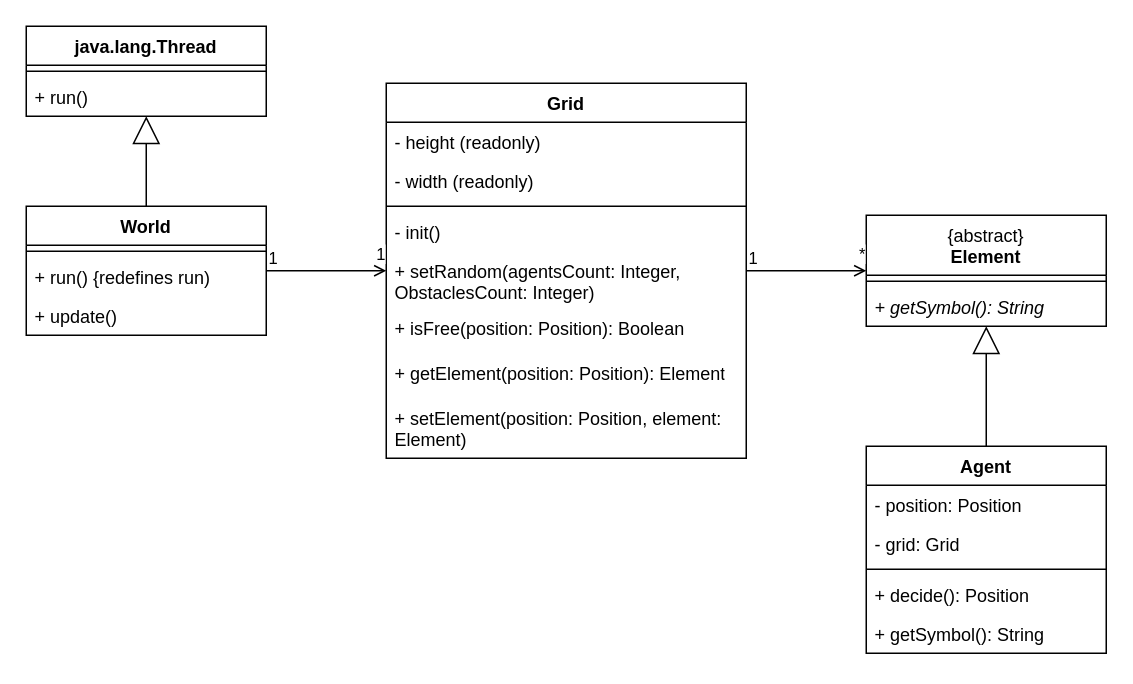
Before: Diagrams/Class Diagram.drawio in highestPACE/mini-agent-simulation, a draw.io diagram. Source tidied: cells renumbered, new cells numbered last; positions are measured from the earlier drawing's top-left corner, leaving out a move shared by most shapes. Both pictures are drawn from the tidied source at 150%, with x=0, y=0 at pixel (26, 26).
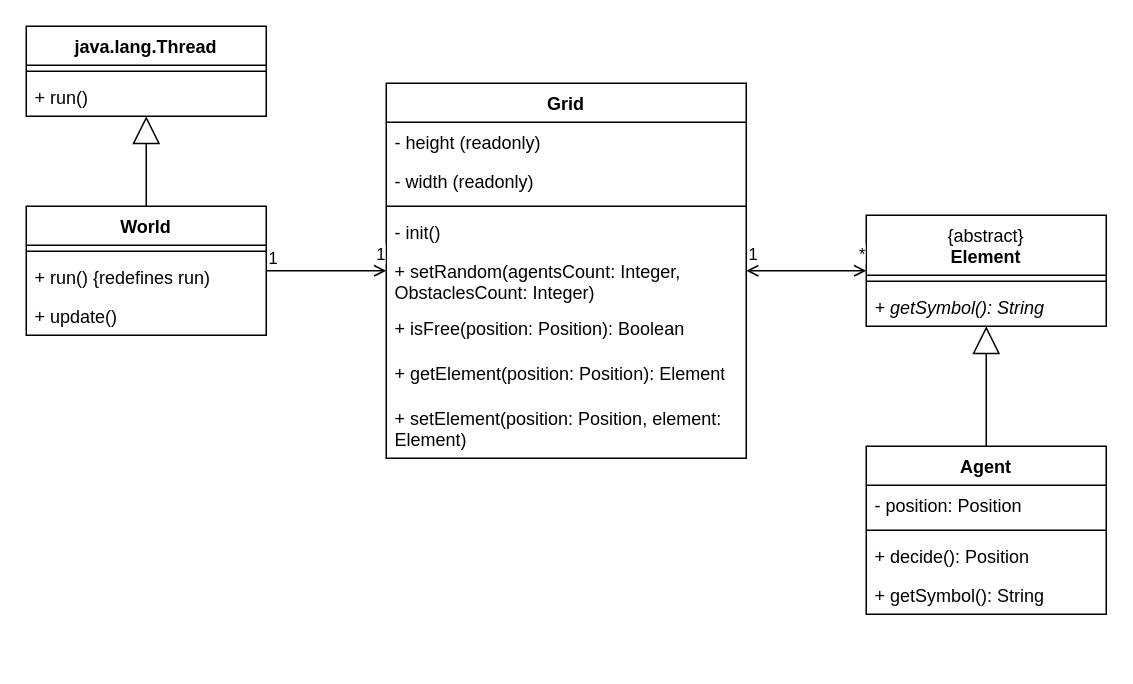
The same page after the edit.

Commit message:
Updated Diagram so that Agent now sees Grid

Unchanged cells that the change refers to:
```xml
<mxCell id="6" value="Grid" style="swimlane;fontStyle=1;align=center;verticalAlign=top;horizontal=1;startSize=26;whiteSpace=wrap;html=1;" parent="1" vertex="1">
  <mxGeometry x="240" y="38" width="240" height="250" as="geometry" />
</mxCell>
<mxCell id="28" value="&lt;span style=&quot;font-weight: normal;&quot;&gt;{abstract}&lt;/span&gt;&lt;br&gt;Element" style="swimlane;fontStyle=1;align=center;verticalAlign=top;horizontal=1;startSize=40;whiteSpace=wrap;html=1;" parent="1" vertex="1">
  <mxGeometry x="560" y="126" width="160" height="74" as="geometry" />
</mxCell>
```

The edit, as a diff of the source:
```diff
@@
     <mxCell id="15" value="Agent" style="swimlane;fontStyle=1;align=center;verticalAlign=top;horizontal=1;startSize=26;whiteSpace=wrap;html=1;" parent="1" vertex="1">
-      <mxGeometry x="560" y="280" width="160" height="138" as="geometry" />
+      <mxGeometry x="560" y="280" width="160" height="112" as="geometry" />
     </mxCell>
@@
-    <mxCell id="17" value="- grid: Grid" style="text;strokeColor=none;fillColor=none;align=left;verticalAlign=top;spacingLeft=4;spacingRight=4;overflow=hidden;whiteSpace=wrap;html=1;" parent="15" vertex="1">
-      <mxGeometry y="52" width="160" height="26" as="geometry" />
-    </mxCell>
     <mxCell id="18" style="line;strokeWidth=1;fillColor=none;align=left;verticalAlign=middle;spacingTop=-1;spacingLeft=3;spacingRight=3;labelPosition=right;strokeColor=inherit;" parent="15" vertex="1">
-      <mxGeometry y="78" width="160" height="8" as="geometry" />
+      <mxGeometry y="52" width="160" height="8" as="geometry" />
     </mxCell>
     <mxCell id="19" value="+ decide(): Position" style="text;strokeColor=none;fillColor=none;align=left;verticalAlign=top;spacingLeft=4;spacingRight=4;overflow=hidden;whiteSpace=wrap;html=1;" parent="15" vertex="1">
-      <mxGeometry y="86" width="160" height="26" as="geometry" />
+      <mxGeometry y="60" width="160" height="26" as="geometry" />
     </mxCell>
     <mxCell id="20" value="+ getSymbol(): String" style="text;strokeColor=none;fillColor=none;align=left;verticalAlign=top;spacingLeft=4;spacingRight=4;overflow=hidden;whiteSpace=wrap;html=1;" parent="15" vertex="1">
-      <mxGeometry y="112" width="160" height="26" as="geometry" />
+      <mxGeometry y="86" width="160" height="26" as="geometry" />
     </mxCell>
@@
-    <mxCell id="31" style="endArrow=open;html=1;rounded=0;endFill=0;" parent="1" edge="1" source="6" target="28">
+    <mxCell id="31" style="endArrow=open;html=1;rounded=0;endFill=0;startArrow=open;startFill=0;" parent="1" edge="1" source="6" target="28">
       <mxGeometry relative="1" as="geometry" />
     </mxCell>
     <mxCell id="32" value="1" style="edgeLabel;html=1;align=left;verticalAlign=bottom;" parent="31" vertex="1">
-      <mxGeometry x="-1" relative="1" as="geometry" />
+      <mxGeometry x="-1" relative="1" as="geometry">
+        <mxPoint y="-3" as="offset" />
+      </mxGeometry>
     </mxCell>
```
